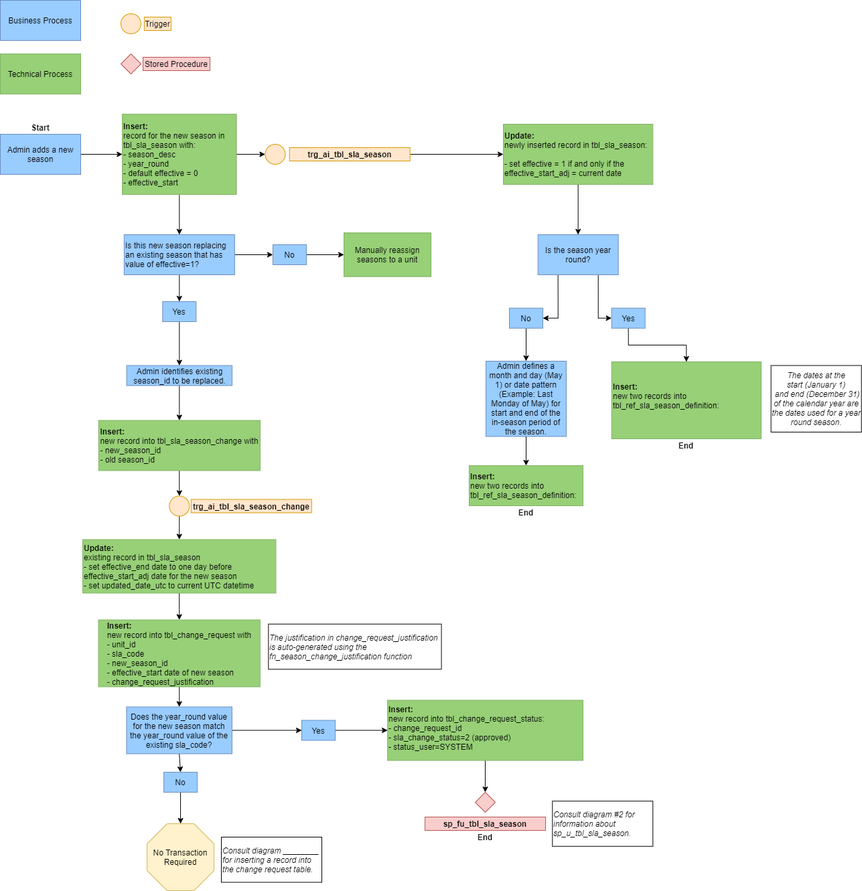
The draw.io diagram images/diagram1.png in NYC-Parks/SLADB, before a commit. Source tidied: cells renumbered, new cells last; positions are measured from the earlier drawing's top-left corner, leaving out a move shared by most shapes.
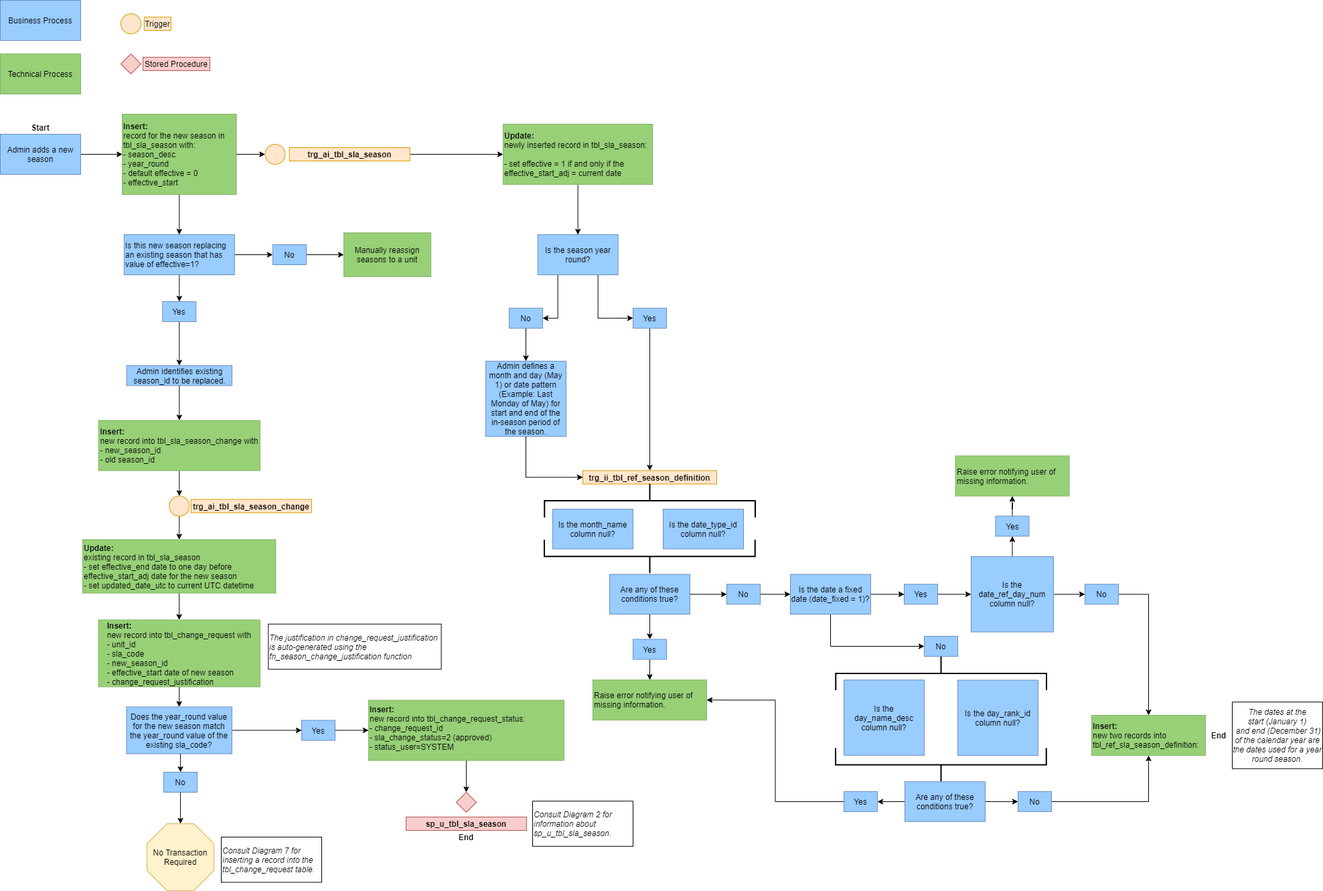
Later version of the same file.

The edit, as a diff of the source:
```diff
@@ -66,7 +66,7 @@
       <mxGeometry relative="1" as="geometry" />
     </mxCell>
     <mxCell id="23" value="&lt;div&gt;&lt;b&gt;Insert:&lt;/b&gt;&lt;/div&gt;&lt;div&gt;&lt;span&gt;new record into tbl_change_request_status:&lt;/span&gt;&lt;/div&gt;&lt;div&gt;&lt;span&gt;- change_request_id&lt;/span&gt;&lt;/div&gt;&lt;div&gt;&lt;span&gt;- sla_change_status=2 (approved)&lt;/span&gt;&lt;/div&gt;&lt;div&gt;&lt;span&gt;- status_user=SYSTEM&lt;/span&gt;&lt;/div&gt;&lt;div&gt;&lt;span&gt;&lt;br&gt;&lt;/span&gt;&lt;/div&gt;" style="rounded=0;whiteSpace=wrap;html=1;fillColor=#97D077;strokeColor=#82b366;align=left;verticalAlign=top;" parent="1" vertex="1">
-      <mxGeometry x="578.1" y="1045.5" width="291.9" height="90" as="geometry" />
+      <mxGeometry x="550" y="1045.5" width="291.9" height="90" as="geometry" />
     </mxCell>
     <mxCell id="24" style="edgeStyle=orthogonalEdgeStyle;rounded=0;jettySize=auto;html=1;" parent="1" edge="1" source="25" target="26">
       <mxGeometry relative="1" as="geometry" />
@@ -104,7 +104,7 @@
     <mxCell id="35" value="Does the year_round value for the new season match the year_round value of the existing sla_code?" style="rounded=0;whiteSpace=wrap;html=1;fillColor=#99CCFF;strokeColor=#6c8ebf;align=center;" parent="1" vertex="1">
       <mxGeometry x="188.4" y="1055.5" width="157.5" height="70" as="geometry" />
     </mxCell>
-    <mxCell id="36" value="Consult diagram ________ for inserting a record into the change request table." style="rounded=0;whiteSpace=wrap;html=1;align=left;fontStyle=2;fillColor=none;" parent="1" vertex="1">
+    <mxCell id="36" value="Consult Diagram 7 for inserting a record into the tbl_change_request table." style="rounded=0;whiteSpace=wrap;html=1;align=left;fontStyle=2;fillColor=none;" parent="1" vertex="1">
       <mxGeometry x="330" y="1250" width="150" height="67.5" as="geometry" />
     </mxCell>
     <mxCell id="37" style="edgeStyle=orthogonalEdgeStyle;rounded=0;jettySize=auto;html=1;entryX=0;entryY=0.5;entryDx=0;entryDy=0;" parent="1" edge="1" source="38" target="23">
@@ -126,16 +126,16 @@
       <mxGeometry x="40" y="180" width="40" height="20" as="geometry" />
     </mxCell>
     <mxCell id="43" value="End" style="text;html=1;strokeColor=none;fillColor=none;align=center;verticalAlign=middle;whiteSpace=wrap;rounded=0;fontStyle=1;" parent="1" vertex="1">
-      <mxGeometry x="704.1" y="1240" width="40" height="20" as="geometry" />
+      <mxGeometry x="675.9" y="1240" width="40" height="20" as="geometry" />
     </mxCell>
     <mxCell id="44" style="rhombus;whiteSpace=wrap;html=1;fillColor=#f8cecc;strokeColor=#b85450;" parent="1" vertex="1">
-      <mxGeometry x="709.1" y="1183" width="30" height="30" as="geometry" />
+      <mxGeometry x="680.9" y="1183" width="30" height="30" as="geometry" />
     </mxCell>
-    <mxCell id="45" value="&lt;b&gt;sp_fu_tbl_sla_season&lt;/b&gt;" style="text;html=1;strokeColor=#b85450;fillColor=#f8cecc;align=center;verticalAlign=middle;whiteSpace=wrap;rounded=0;" parent="1" vertex="1">
-      <mxGeometry x="634.1" y="1220" width="180" height="20" as="geometry" />
+    <mxCell id="45" value="&lt;b&gt;sp_u_tbl_sla_season&lt;/b&gt;" style="text;html=1;strokeColor=#b85450;fillColor=#f8cecc;align=center;verticalAlign=middle;whiteSpace=wrap;rounded=0;" parent="1" vertex="1">
+      <mxGeometry x="605.9" y="1220" width="180" height="20" as="geometry" />
     </mxCell>
-    <mxCell id="46" value="Consult diagram #2 for information about sp_u_tbl_sla_season." style="rounded=0;whiteSpace=wrap;html=1;align=left;fontStyle=2;fillColor=none;" parent="1" vertex="1">
-      <mxGeometry x="824.3" y="1196.2" width="150" height="67.5" as="geometry" />
+    <mxCell id="46" value="Consult Diagram 2 for information about sp_u_tbl_sla_season." style="rounded=0;whiteSpace=wrap;html=1;align=left;fontStyle=2;fillColor=none;" parent="1" vertex="1">
+      <mxGeometry x="795" y="1196.2" width="150" height="67.5" as="geometry" />
     </mxCell>
     <mxCell id="47" style="rhombus;whiteSpace=wrap;html=1;fillColor=#f8cecc;strokeColor=#b85450;" parent="1" vertex="1">
       <mxGeometry x="180" y="80" width="30" height="30" as="geometry" />
@@ -158,9 +158,6 @@
     <mxCell id="53" value="&lt;b&gt;Update:&lt;/b&gt;&lt;br&gt;newly inserted record in tbl_sla_season:&lt;br&gt;&amp;nbsp;&lt;br&gt;- set effective = 1 if and only if the effective_start_adj = current date" style="rounded=0;whiteSpace=wrap;html=1;fillColor=#97D077;strokeColor=#82b366;align=left;" parent="1" vertex="1">
       <mxGeometry x="751" y="185" width="223.3" height="90" as="geometry" />
     </mxCell>
-    <mxCell id="54" value="&lt;b&gt;Insert:&lt;/b&gt;&lt;br&gt;new two records into tbl_ref_sla_season_definition:&lt;br&gt;&amp;nbsp;" style="rounded=0;whiteSpace=wrap;html=1;fillColor=#97D077;strokeColor=#82b366;align=left;" parent="1" vertex="1">
-      <mxGeometry x="912.7" y="540" width="223.3" height="115" as="geometry" />
-    </mxCell>
     <mxCell id="55" style="edgeStyle=orthogonalEdgeStyle;rounded=0;jettySize=auto;html=1;exitX=0.75;exitY=1;exitDx=0;exitDy=0;entryX=0;entryY=0.5;entryDx=0;entryDy=0;" parent="1" edge="1" source="57" target="61">
       <mxGeometry relative="1" as="geometry" />
     </mxCell>
@@ -176,29 +173,26 @@
     <mxCell id="59" value="No" style="rounded=0;whiteSpace=wrap;html=1;fillColor=#99CCFF;strokeColor=#6c8ebf;align=center;" parent="1" vertex="1">
       <mxGeometry x="760" y="459.8" width="50" height="30" as="geometry" />
     </mxCell>
-    <mxCell id="60" style="edgeStyle=orthogonalEdgeStyle;rounded=0;jettySize=auto;html=1;exitX=0.5;exitY=1;exitDx=0;exitDy=0;entryX=0.5;entryY=0;entryDx=0;entryDy=0;" parent="1" edge="1" source="61" target="54">
-      <mxGeometry relative="1" as="geometry" />
-    </mxCell>
+    <mxCell id="70" style="edgeStyle=orthogonalEdgeStyle;rounded=0;jettySize=auto;html=1;exitX=0.5;exitY=1;exitDx=0;exitDy=0;entryX=0.5;entryY=0;entryDx=0;entryDy=0;" parent="1" edge="1" source="61" target="72">
+      <mxGeometry relative="1" as="geometry" />
+    </mxCell>
     <mxCell id="61" value="Yes" style="rounded=0;whiteSpace=wrap;html=1;fillColor=#99CCFF;strokeColor=#6c8ebf;align=center;" parent="1" vertex="1">
-      <mxGeometry x="912.7" y="459.8" width="50" height="30" as="geometry" />
+      <mxGeometry x="945" y="459.8" width="50" height="30" as="geometry" />
     </mxCell>
     <mxCell id="62" value="&lt;b&gt;Insert:&lt;/b&gt;&lt;br&gt;new two records into tbl_ref_sla_season_definition:" style="rounded=0;whiteSpace=wrap;html=1;fillColor=#97D077;strokeColor=#82b366;align=left;" parent="1" vertex="1">
-      <mxGeometry x="700" y="695" width="170" height="60" as="geometry" />
+      <mxGeometry x="1630" y="1068" width="170" height="60" as="geometry" />
     </mxCell>
-    <mxCell id="63" style="edgeStyle=orthogonalEdgeStyle;rounded=0;jettySize=auto;html=1;exitX=0.5;exitY=1;exitDx=0;exitDy=0;entryX=0.5;entryY=0;entryDx=0;entryDy=0;" parent="1" edge="1" source="64" target="62">
-      <mxGeometry relative="1" as="geometry" />
-    </mxCell>
+    <mxCell id="71" style="edgeStyle=orthogonalEdgeStyle;rounded=0;jettySize=auto;html=1;exitX=0.5;exitY=1;exitDx=0;exitDy=0;entryX=0;entryY=0.5;entryDx=0;entryDy=0;" parent="1" edge="1" source="64" target="72">
+      <mxGeometry relative="1" as="geometry" />
+    </mxCell>
     <mxCell id="64" value="Admin defines a month and day (May 1) or date pattern (Example: Last Monday of May) for start and end of the in-season period of the season." style="rounded=0;whiteSpace=wrap;html=1;fillColor=#99CCFF;strokeColor=#6c8ebf;" parent="1" vertex="1">
       <mxGeometry x="725" y="539" width="120" height="112.5" as="geometry" />
     </mxCell>
     <mxCell id="65" value="&lt;i&gt;The dates at the start&amp;nbsp;&lt;/i&gt;&lt;i&gt;(January 1)&lt;/i&gt;&lt;i&gt;&lt;br&gt;&amp;nbsp;and end (&lt;/i&gt;&lt;i&gt;December 31)&lt;/i&gt;&lt;i&gt;&lt;br&gt;of the calendar year are the dates used for a year round season.&lt;/i&gt;" style="rounded=0;whiteSpace=wrap;html=1;" parent="1" vertex="1">
-      <mxGeometry x="1150.7" y="545.5" width="135" height="99.5" as="geometry" />
+      <mxGeometry x="1840" y="1048.2" width="135" height="99.5" as="geometry" />
     </mxCell>
-    <mxCell id="66" value="End" style="text;html=1;strokeColor=none;fillColor=none;align=center;verticalAlign=middle;whiteSpace=wrap;rounded=0;fontStyle=1;" parent="1" vertex="1">
-      <mxGeometry x="1004.3" y="655" width="40" height="20" as="geometry" />
-    </mxCell>
     <mxCell id="67" value="End" style="text;html=1;strokeColor=none;fillColor=none;align=center;verticalAlign=middle;whiteSpace=wrap;rounded=0;fontStyle=1;" parent="1" vertex="1">
-      <mxGeometry x="765" y="755" width="40" height="20" as="geometry" />
+      <mxGeometry x="1800" y="1088" width="40" height="20" as="geometry" />
     </mxCell>
     <mxCell id="68" value="&lt;b&gt;Insert:&lt;/b&gt;&lt;br&gt;record for the new season in tbl_sla_season with:&lt;br&gt;- season_desc&lt;br&gt;- year_round&lt;br&gt;- default effective = 0&lt;br&gt;- effective_start" style="rounded=0;whiteSpace=wrap;html=1;fillColor=#97D077;strokeColor=#82b366;align=left;" parent="1" vertex="1">
       <mxGeometry x="182.3" y="170" width="170" height="120" as="geometry" />
@@ -206,5 +200,119 @@
     <mxCell id="69" value="Manually reassign seasons to a unit" style="rounded=0;whiteSpace=wrap;html=1;fillColor=#97D077;strokeColor=#82b366;align=center;" parent="1" vertex="1">
       <mxGeometry x="513" y="347.5" width="130" height="65" as="geometry" />
     </mxCell>
+    <mxCell id="72" value="&lt;b&gt;trg_ii_tbl_ref_season_definition&lt;/b&gt;" style="text;html=1;strokeColor=#d79b00;fillColor=#ffe6cc;align=center;verticalAlign=middle;whiteSpace=wrap;rounded=0;" parent="1" vertex="1">
+      <mxGeometry x="870" y="702.5" width="200" height="20" as="geometry" />
+    </mxCell>
+    <mxCell id="73" style="edgeStyle=orthogonalEdgeStyle;rounded=0;jettySize=auto;html=1;exitX=0.5;exitY=1;exitDx=0;exitDy=0;entryX=0;entryY=0.5;entryDx=0;entryDy=0;" parent="1" edge="1" source="75" target="78">
+      <mxGeometry relative="1" as="geometry" />
+    </mxCell>
+    <mxCell id="74" style="edgeStyle=orthogonalEdgeStyle;rounded=0;jettySize=auto;html=1;exitX=1;exitY=0.5;exitDx=0;exitDy=0;" parent="1" edge="1" source="75" target="77">
+      <mxGeometry relative="1" as="geometry" />
+    </mxCell>
+    <mxCell id="75" value="Is the date a fixed date (date_fixed = 1)?" style="rounded=0;whiteSpace=wrap;html=1;fillColor=#99CCFF;strokeColor=#6c8ebf;" parent="1" vertex="1">
+      <mxGeometry x="1180" y="857.5" width="120" height="59.5" as="geometry" />
+    </mxCell>
+    <mxCell id="76" style="edgeStyle=orthogonalEdgeStyle;rounded=0;jettySize=auto;html=1;exitX=1;exitY=0.5;exitDx=0;exitDy=0;entryX=0;entryY=0.5;entryDx=0;entryDy=0;" parent="1" edge="1" source="77" target="82">
+      <mxGeometry relative="1" as="geometry" />
+    </mxCell>
+    <mxCell id="77" value="Yes" style="rounded=0;whiteSpace=wrap;html=1;fillColor=#99CCFF;strokeColor=#6c8ebf;align=center;" parent="1" vertex="1">
+      <mxGeometry x="1350" y="872.2" width="50" height="30" as="geometry" />
+    </mxCell>
+    <mxCell id="78" value="No" style="rounded=0;whiteSpace=wrap;html=1;fillColor=#99CCFF;strokeColor=#6c8ebf;align=center;" parent="1" vertex="1">
+      <mxGeometry x="1380" y="950" width="50" height="30" as="geometry" />
+    </mxCell>
+    <mxCell id="79" value="Is the day_name_desc column null?" style="rounded=0;whiteSpace=wrap;html=1;fillColor=#99CCFF;strokeColor=#6c8ebf;" parent="1" vertex="1">
+      <mxGeometry x="1260" y="1015.2" width="120" height="112.5" as="geometry" />
+    </mxCell>
+    <mxCell id="80" style="edgeStyle=orthogonalEdgeStyle;rounded=0;jettySize=auto;html=1;exitX=0.5;exitY=0;exitDx=0;exitDy=0;entryX=0.5;entryY=1;entryDx=0;entryDy=0;" parent="1" edge="1" source="82" target="104">
+      <mxGeometry relative="1" as="geometry" />
+    </mxCell>
+    <mxCell id="81" style="edgeStyle=orthogonalEdgeStyle;rounded=0;jettySize=auto;html=1;exitX=1;exitY=0.5;exitDx=0;exitDy=0;entryX=0;entryY=0.5;entryDx=0;entryDy=0;" parent="1" edge="1" source="82" target="102">
+      <mxGeometry relative="1" as="geometry" />
+    </mxCell>
+    <mxCell id="82" value="Is the date_ref_day_num column null?" style="rounded=0;whiteSpace=wrap;html=1;fillColor=#99CCFF;strokeColor=#6c8ebf;" parent="1" vertex="1">
+      <mxGeometry x="1450" y="831" width="123" height="112.5" as="geometry" />
+    </mxCell>
+    <mxCell id="83" value="Is the day_rank_id column null?" style="rounded=0;whiteSpace=wrap;html=1;fillColor=#99CCFF;strokeColor=#6c8ebf;" parent="1" vertex="1">
+      <mxGeometry x="1430" y="1015.5" width="120" height="112.5" as="geometry" />
+    </mxCell>
+    <mxCell id="84" style="strokeWidth=2;html=1;shape=mxgraph.flowchart.annotation_2;align=left;labelPosition=right;rotation=90;" parent="1" vertex="1">
+      <mxGeometry x="1380" y="848" width="50" height="314.8" as="geometry" />
+    </mxCell>
+    <mxCell id="85" value="Is the month_name column null?" style="rounded=0;whiteSpace=wrap;html=1;fillColor=#99CCFF;strokeColor=#6c8ebf;" parent="1" vertex="1">
+      <mxGeometry x="825" y="760" width="120" height="59.5" as="geometry" />
+    </mxCell>
+    <mxCell id="86" value="Is the date_type_id column null?" style="rounded=0;whiteSpace=wrap;html=1;fillColor=#99CCFF;strokeColor=#6c8ebf;" parent="1" vertex="1">
+      <mxGeometry x="990" y="760" width="120" height="59.5" as="geometry" />
+    </mxCell>
+    <mxCell id="87" style="strokeWidth=2;html=1;shape=mxgraph.flowchart.annotation_2;align=left;labelPosition=right;rotation=90;" parent="1" vertex="1">
+      <mxGeometry x="945" y="590" width="50" height="314.8" as="geometry" />
+    </mxCell>
+    <mxCell id="88" style="edgeStyle=orthogonalEdgeStyle;rounded=0;jettySize=auto;html=1;" parent="1" edge="1" source="90" target="95">
+      <mxGeometry relative="1" as="geometry" />
+    </mxCell>
+    <mxCell id="89" style="edgeStyle=orthogonalEdgeStyle;rounded=0;jettySize=auto;html=1;exitX=1;exitY=0.5;exitDx=0;exitDy=0;entryX=0;entryY=0.5;entryDx=0;entryDy=0;" parent="1" edge="1" source="90" target="93">
+      <mxGeometry relative="1" as="geometry" />
+    </mxCell>
+    <mxCell id="90" value="Are any of these conditions true?" style="rounded=0;whiteSpace=wrap;html=1;fillColor=#99CCFF;strokeColor=#6c8ebf;" parent="1" vertex="1">
+      <mxGeometry x="910" y="857.5" width="120" height="59.5" as="geometry" />
+    </mxCell>
+    <mxCell id="91" style="strokeWidth=2;html=1;shape=mxgraph.flowchart.annotation_2;align=left;labelPosition=right;rotation=-90;" parent="1" vertex="1">
+      <mxGeometry x="945" y="673.2" width="50" height="314.8" as="geometry" />
+    </mxCell>
+    <mxCell id="92" style="edgeStyle=orthogonalEdgeStyle;rounded=0;jettySize=auto;html=1;exitX=1;exitY=0.5;exitDx=0;exitDy=0;entryX=0;entryY=0.5;entryDx=0;entryDy=0;" parent="1" edge="1" source="93" target="75">
+      <mxGeometry relative="1" as="geometry" />
+    </mxCell>
+    <mxCell id="93" value="No" style="rounded=0;whiteSpace=wrap;html=1;fillColor=#99CCFF;strokeColor=#6c8ebf;align=center;" parent="1" vertex="1">
+      <mxGeometry x="1085" y="872.2" width="50" height="30" as="geometry" />
+    </mxCell>
+    <mxCell id="94" style="edgeStyle=orthogonalEdgeStyle;rounded=0;jettySize=auto;html=1;exitX=0.5;exitY=1;exitDx=0;exitDy=0;entryX=0.5;entryY=0;entryDx=0;entryDy=0;" parent="1" edge="1" source="95" target="96">
+      <mxGeometry relative="1" as="geometry" />
+    </mxCell>
+    <mxCell id="95" value="Yes" style="rounded=0;whiteSpace=wrap;html=1;fillColor=#99CCFF;strokeColor=#6c8ebf;align=center;" parent="1" vertex="1">
+      <mxGeometry x="945" y="954.5" width="50" height="30" as="geometry" />
+    </mxCell>
+    <mxCell id="96" value="Raise error notifying user of missing information." style="rounded=0;whiteSpace=wrap;html=1;fillColor=#97D077;strokeColor=#82b366;align=left;" parent="1" vertex="1">
+      <mxGeometry x="885" y="1015.2" width="170" height="60" as="geometry" />
+    </mxCell>
+    <mxCell id="97" style="strokeWidth=2;html=1;shape=mxgraph.flowchart.annotation_2;align=left;labelPosition=right;rotation=-90;" parent="1" vertex="1">
+      <mxGeometry x="1380" y="984.5" width="50" height="314.8" as="geometry" />
+    </mxCell>
+    <mxCell id="98" style="edgeStyle=orthogonalEdgeStyle;rounded=0;jettySize=auto;html=1;exitX=0;exitY=0.5;exitDx=0;exitDy=0;entryX=1;entryY=0.5;entryDx=0;entryDy=0;" parent="1" edge="1" source="100" target="107">
+      <mxGeometry relative="1" as="geometry" />
+    </mxCell>
+    <mxCell id="99" style="edgeStyle=orthogonalEdgeStyle;rounded=0;jettySize=auto;html=1;exitX=1;exitY=0.5;exitDx=0;exitDy=0;entryX=0;entryY=0.5;entryDx=0;entryDy=0;" parent="1" edge="1" source="100" target="109">
+      <mxGeometry relative="1" as="geometry" />
+    </mxCell>
+    <mxCell id="100" value="Are any of these conditions true?" style="rounded=0;whiteSpace=wrap;html=1;fillColor=#99CCFF;strokeColor=#6c8ebf;" parent="1" vertex="1">
+      <mxGeometry x="1351" y="1167.2" width="120" height="59.5" as="geometry" />
+    </mxCell>
+    <mxCell id="101" style="edgeStyle=orthogonalEdgeStyle;rounded=0;jettySize=auto;html=1;exitX=1;exitY=0.5;exitDx=0;exitDy=0;entryX=0.5;entryY=0;entryDx=0;entryDy=0;" parent="1" edge="1" source="102" target="62">
+      <mxGeometry relative="1" as="geometry" />
+    </mxCell>
+    <mxCell id="102" value="No" style="rounded=0;whiteSpace=wrap;html=1;fillColor=#99CCFF;strokeColor=#6c8ebf;align=center;" parent="1" vertex="1">
+      <mxGeometry x="1620" y="872.2" width="50" height="30" as="geometry" />
+    </mxCell>
+    <mxCell id="103" style="edgeStyle=orthogonalEdgeStyle;rounded=0;jettySize=auto;html=1;exitX=0.5;exitY=0;exitDx=0;exitDy=0;" parent="1" edge="1" source="104" target="105">
+      <mxGeometry relative="1" as="geometry" />
+    </mxCell>
+    <mxCell id="104" value="Yes" style="rounded=0;whiteSpace=wrap;html=1;fillColor=#99CCFF;strokeColor=#6c8ebf;align=center;" parent="1" vertex="1">
+      <mxGeometry x="1486.5" y="770.5" width="50" height="30" as="geometry" />
+    </mxCell>
+    <mxCell id="105" value="Raise error notifying user of missing information." style="rounded=0;whiteSpace=wrap;html=1;fillColor=#97D077;strokeColor=#82b366;align=left;" parent="1" vertex="1">
+      <mxGeometry x="1426.5" y="680.5" width="170" height="60" as="geometry" />
+    </mxCell>
+    <mxCell id="106" style="edgeStyle=orthogonalEdgeStyle;rounded=0;jettySize=auto;html=1;exitX=0;exitY=0.5;exitDx=0;exitDy=0;entryX=1;entryY=0.5;entryDx=0;entryDy=0;" parent="1" edge="1" source="107" target="96">
+      <mxGeometry relative="1" as="geometry" />
+    </mxCell>
+    <mxCell id="107" value="Yes" style="rounded=0;whiteSpace=wrap;html=1;fillColor=#99CCFF;strokeColor=#6c8ebf;align=center;" parent="1" vertex="1">
+      <mxGeometry x="1260" y="1182" width="50" height="30" as="geometry" />
+    </mxCell>
+    <mxCell id="108" style="edgeStyle=orthogonalEdgeStyle;rounded=0;jettySize=auto;html=1;exitX=1;exitY=0.5;exitDx=0;exitDy=0;entryX=0.5;entryY=1;entryDx=0;entryDy=0;" parent="1" edge="1" source="109" target="62">
+      <mxGeometry relative="1" as="geometry" />
+    </mxCell>
+    <mxCell id="109" value="No" style="rounded=0;whiteSpace=wrap;html=1;fillColor=#99CCFF;strokeColor=#6c8ebf;align=center;" parent="1" vertex="1">
+      <mxGeometry x="1520" y="1182" width="50" height="30" as="geometry" />
+    </mxCell>
   </root>
 </mxGraphModel>
```
